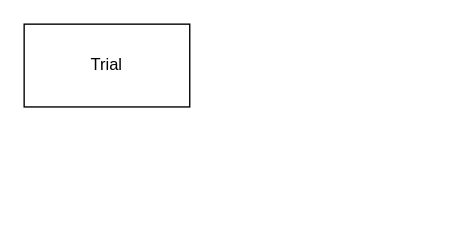
The draw.io diagram architecture.drawio in thezsanett/ctianalytics, before the edit. Source tidied: cells renumbered, new cells numbered last; positions are measured from the earlier drawing's top-left corner, leaving out a move shared by most shapes. Both pictures are drawn from the tidied source at 138%, with x=0, y=0 at pixel (23, 23).
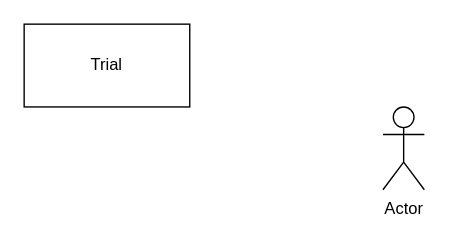
Above is the later version.

The edit, as a diff of the source:
```diff
@@
 <mxGraphModel>
   <root>
     <mxCell id="0" />
     <mxCell id="1" parent="0" />
     <mxCell id="2" value="Trial" style="rounded=0;whiteSpace=wrap;html=1;" parent="1" vertex="1">
       <mxGeometry width="120" height="60" as="geometry" />
     </mxCell>
+    <mxCell id="3" value="Actor" style="shape=umlActor;verticalLabelPosition=bottom;verticalAlign=top;html=1;" parent="1" vertex="1">
+      <mxGeometry x="260" y="60" width="30" height="60" as="geometry" />
+    </mxCell>
   </root>
 </mxGraphModel>
```
